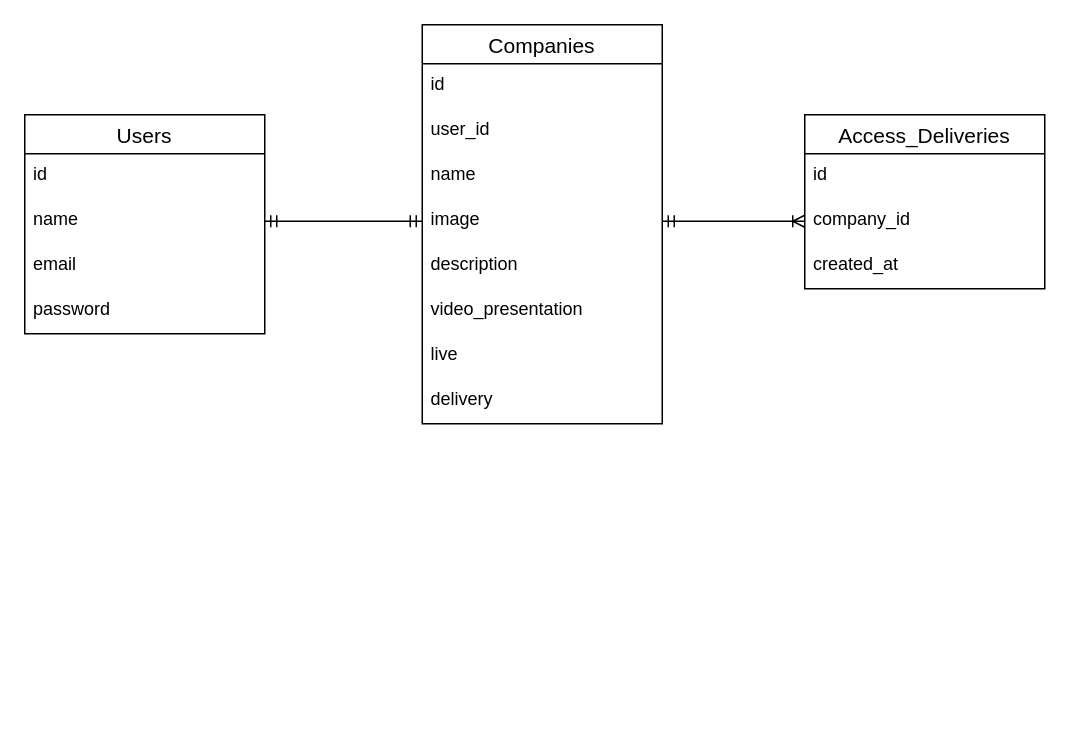
The draw.io diagram DRN.drawio in EwertonBello/SafeFoods, before the edit. Source tidied: cells renumbered, new cells numbered last; positions are measured from the earlier drawing's top-left corner, leaving out a move shared by most shapes. Both pictures are drawn from the tidied source at 150%, with x=0, y=0 at pixel (24, 24).
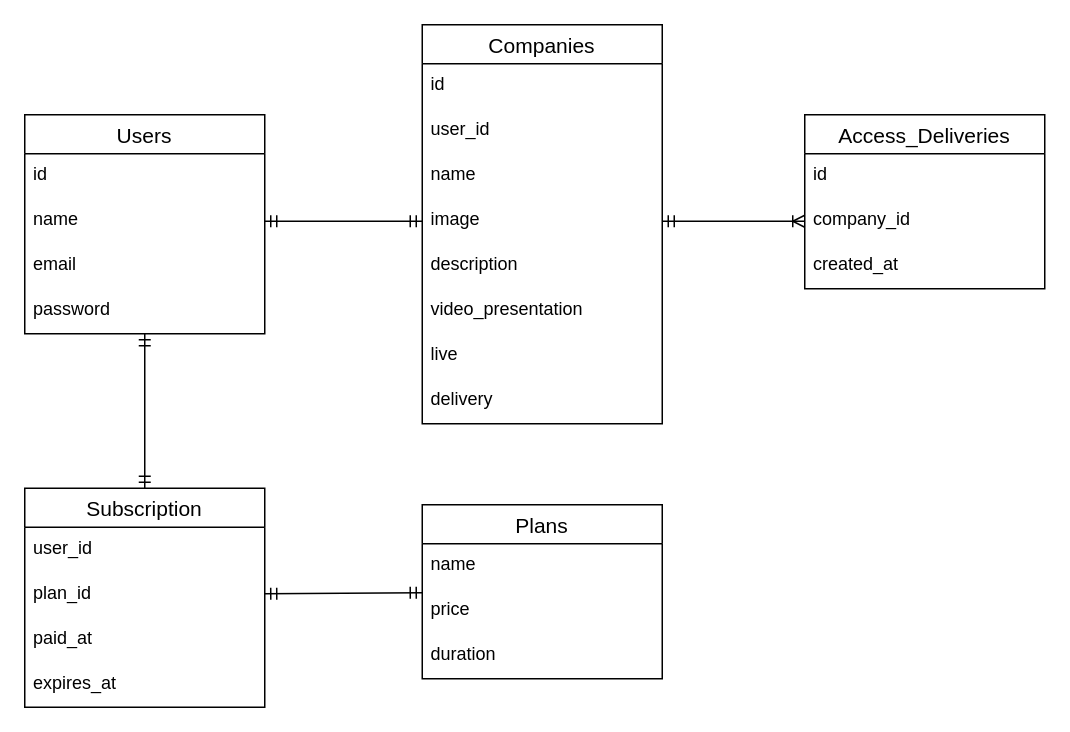
After the change.

Commit message (it also covers changes not shown here):
diagram with subscription relationship created

The change refers to these unchanged cells:
```xml
<mxCell id="2" value="Users" style="swimlane;fontStyle=0;horizontal=1;startSize=26;align=center;fontSize=14;" parent="1" vertex="1">
  <mxGeometry y="60" width="160" height="146" as="geometry" />
</mxCell>
```

The edit, as a diff of the source:
```diff
@@
+    <mxCell id="22" style="edgeStyle=none;rounded=0;jettySize=auto;html=1;entryX=0.5;entryY=0;entryDx=0;entryDy=0;endArrow=ERmandOne;endFill=0;startArrow=ERmandOne;startFill=0;" parent="1" edge="1" source="2" target="23">
+      <mxGeometry relative="1" as="geometry" />
+    </mxCell>
@@
+    <mxCell id="23" value="Subscription" style="swimlane;fontStyle=0;horizontal=1;startSize=26;align=center;fontSize=14;" parent="1" vertex="1">
+      <mxGeometry y="309" width="160" height="146" as="geometry" />
+    </mxCell>
+    <mxCell id="24" value="user_id&#10;" style="text;strokeColor=none;fillColor=none;spacingLeft=4;spacingRight=4;overflow=hidden;fontSize=12;" parent="23" vertex="1">
+      <mxGeometry y="26" width="160" height="30" as="geometry" />
+    </mxCell>
+    <mxCell id="25" value="plan_id" style="text;strokeColor=none;fillColor=none;spacingLeft=4;spacingRight=4;overflow=hidden;points=[[0,0.5],[1,0.5]];portConstraint=eastwest;fontSize=12;" parent="23" vertex="1">
+      <mxGeometry y="56" width="160" height="30" as="geometry" />
+    </mxCell>
+    <mxCell id="26" value="paid_at" style="text;strokeColor=none;fillColor=none;spacingLeft=4;spacingRight=4;overflow=hidden;fontSize=12;" parent="23" vertex="1">
+      <mxGeometry y="86" width="160" height="30" as="geometry" />
+    </mxCell>
+    <mxCell id="27" value="expires_at" style="text;strokeColor=none;fillColor=none;spacingLeft=4;spacingRight=4;overflow=hidden;fontSize=12;" parent="23" vertex="1">
+      <mxGeometry y="116" width="160" height="30" as="geometry" />
+    </mxCell>
+    <mxCell id="28" value="Plans" style="swimlane;fontStyle=0;horizontal=1;startSize=26;align=center;fontSize=14;" parent="1" vertex="1">
+      <mxGeometry x="265" y="320" width="160" height="116" as="geometry" />
+    </mxCell>
+    <mxCell id="29" value="name" style="text;strokeColor=none;fillColor=none;spacingLeft=4;spacingRight=4;overflow=hidden;fontSize=12;" parent="28" vertex="1">
+      <mxGeometry y="26" width="160" height="30" as="geometry" />
+    </mxCell>
+    <mxCell id="30" value="price" style="text;strokeColor=none;fillColor=none;spacingLeft=4;spacingRight=4;overflow=hidden;fontSize=12;" parent="28" vertex="1">
+      <mxGeometry y="56" width="160" height="30" as="geometry" />
+    </mxCell>
+    <mxCell id="31" value="duration" style="text;strokeColor=none;fillColor=none;spacingLeft=4;spacingRight=4;overflow=hidden;fontSize=12;" parent="28" vertex="1">
+      <mxGeometry y="86" width="160" height="30" as="geometry" />
+    </mxCell>
+    <mxCell id="32" style="edgeStyle=none;rounded=0;jettySize=auto;html=1;startArrow=ERmandOne;startFill=0;endArrow=ERmandOne;endFill=0;" parent="1" edge="1" source="25" target="28">
+      <mxGeometry relative="1" as="geometry" />
+    </mxCell>
```
